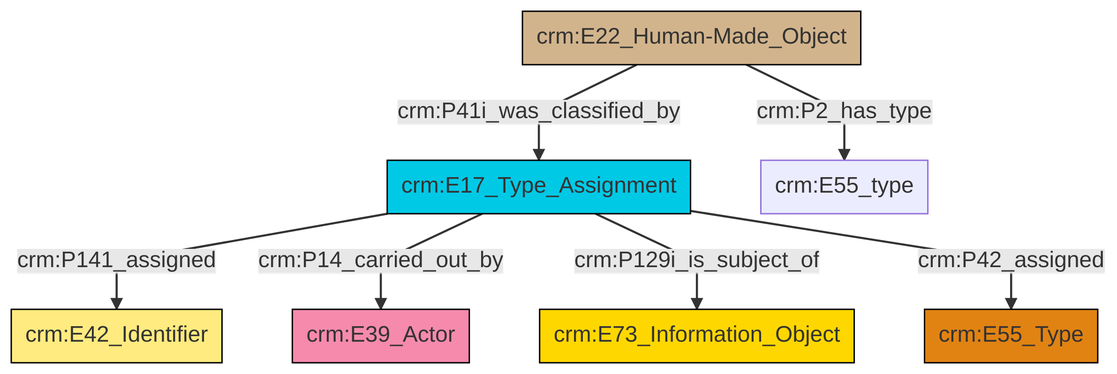
Before: et/builtWorkCSV/ttl/mmd/png/Built_Work_designation_status.png, a diagram exported from Mermaid (swiss-art-research-net/docs.swissartresearch). Its source is kept beside it as et/builtWorkCSV/ttl/mmd/Built_Work_designation_status.ttl.mmd.
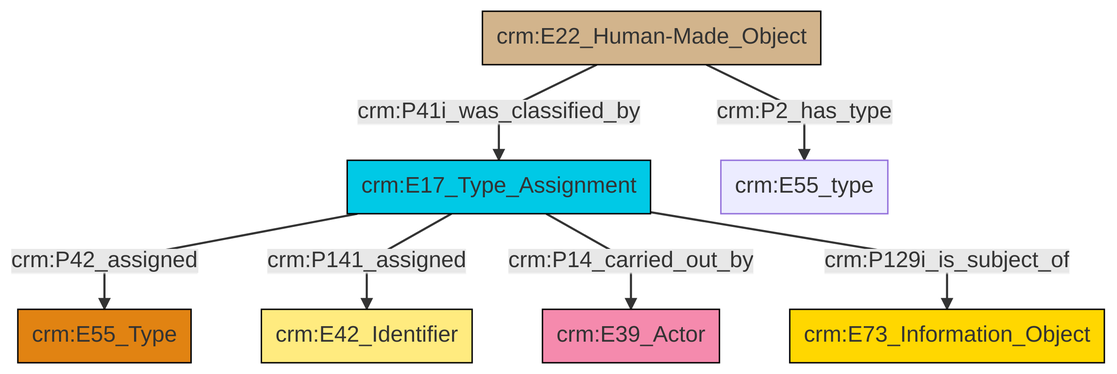
The same diagram one commit later.

What changed in the source:
```diff
@@ -13,9 +13,9 @@
 classDef PC_Classes fill:#4ce600, stroke:#000000;
 classDef Multi fill:#cccccc,stroke:#000000;
 
-0["crm:E22_Human-Made_Object"]:::Physical_Thing -->|crm:P41i_was_classified_by| 1["crm:E17_Type_Assignment"]:::Temporal_Entity
-1["crm:E17_Type_Assignment"]:::Temporal_Entity -->|crm:P141_assigned| 2["crm:E42_Identifier"]:::Appellation
-1["crm:E17_Type_Assignment"]:::Temporal_Entity -->|crm:P14_carried_out_by| 3["crm:E39_Actor"]:::Actor
-1["crm:E17_Type_Assignment"]:::Temporal_Entity -->|crm:P129i_is_subject_of| 8["crm:E73_Information_Object"]:::Conceptual_Object
-1["crm:E17_Type_Assignment"]:::Temporal_Entity -->|crm:P42_assigned| 5["crm:E55_Type"]:::Type
-0["crm:E22_Human-Made_Object"]:::Physical_Thing -->|crm:P2_has_type| 13["crm:E55_type"]:::Default
+0["crm:E17_Type_Assignment"]:::Temporal_Entity -->|crm:P42_assigned| 1["crm:E55_Type"]:::Type
+0["crm:E17_Type_Assignment"]:::Temporal_Entity -->|crm:P141_assigned| 5["crm:E42_Identifier"]:::Appellation
+0["crm:E17_Type_Assignment"]:::Temporal_Entity -->|crm:P14_carried_out_by| 2["crm:E39_Actor"]:::Actor
+7["crm:E22_Human-Made_Object"]:::Physical_Thing -->|crm:P2_has_type| 8["crm:E55_type"]:::Default
+0["crm:E17_Type_Assignment"]:::Temporal_Entity -->|crm:P129i_is_subject_of| 12["crm:E73_Information_Object"]:::Conceptual_Object
+7["crm:E22_Human-Made_Object"]:::Physical_Thing -->|crm:P41i_was_classified_by| 0["crm:E17_Type_Assignment"]:::Temporal_Entity
```
